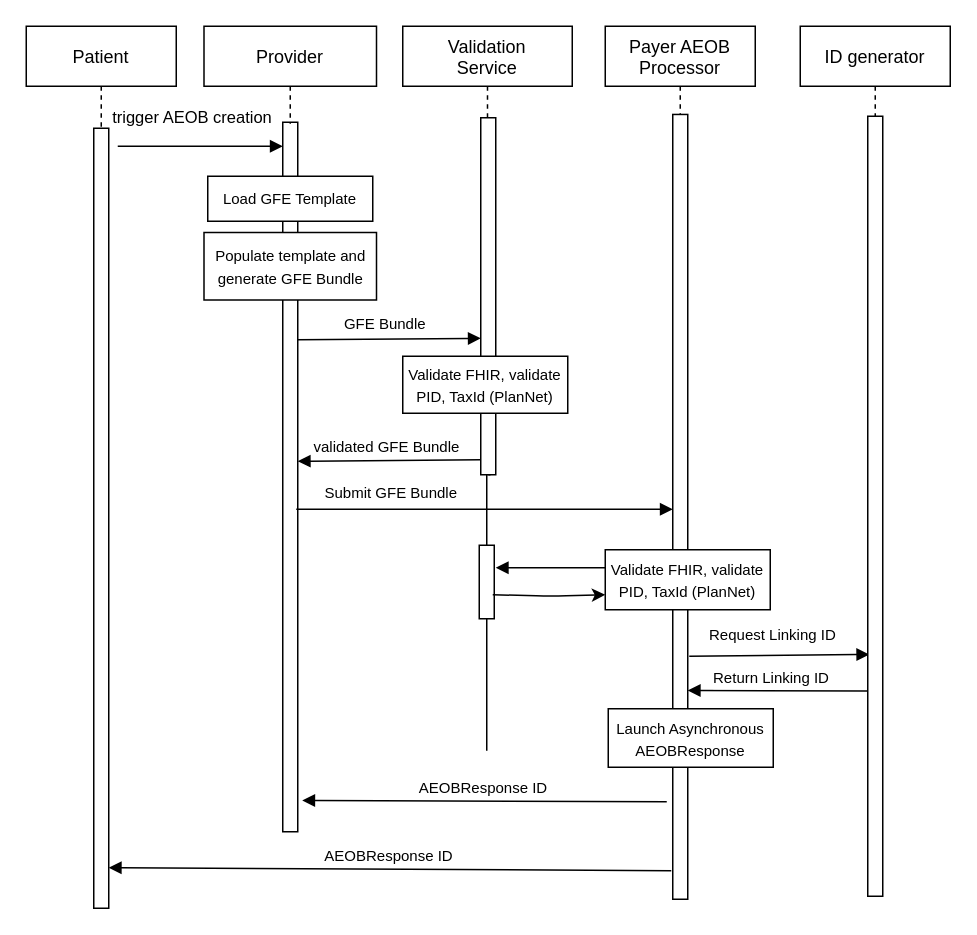
Earlier version of the draw.io diagram input/images/SubmitAEOB.drawio (HL7/davinci-pct). Source tidied: cells renumbered, new cells numbered last; positions are measured from the earlier drawing's top-left corner, leaving out a move shared by most shapes. Both pictures are drawn from the tidied source at 150%, with x=0, y=0 at pixel (26, 26).
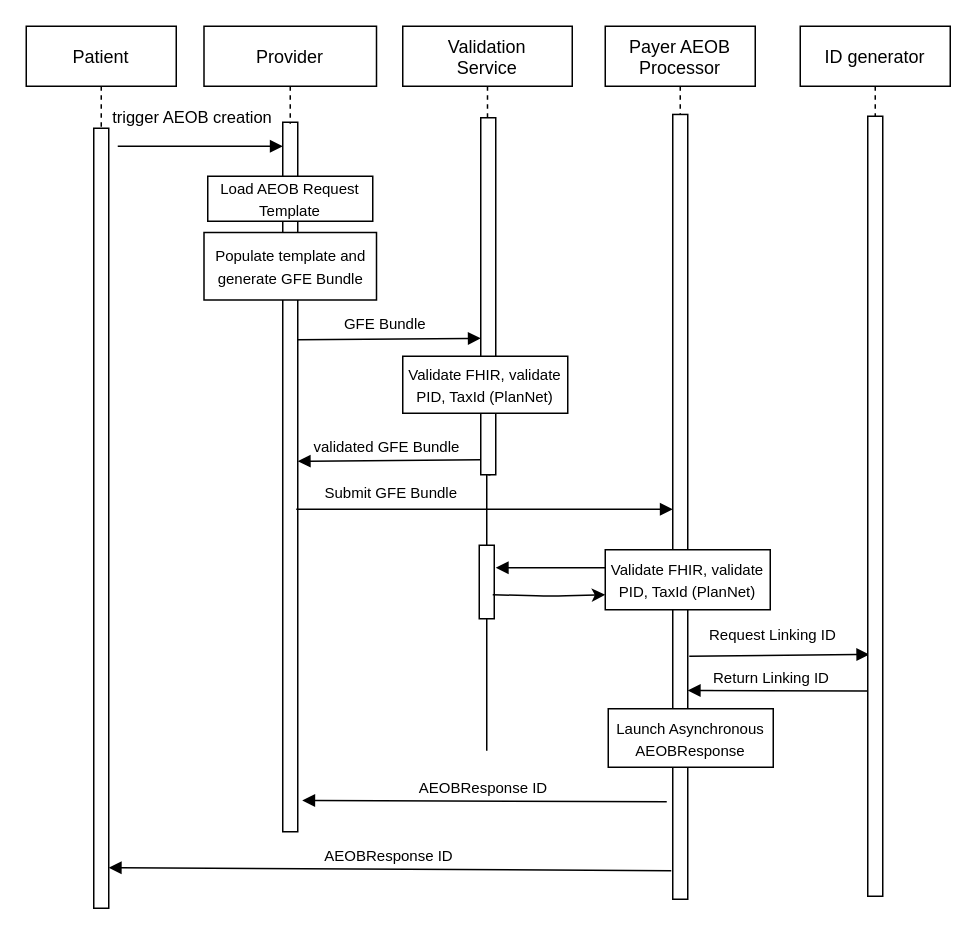
Above is the later version.

The change refers to these unchanged cells:
```xml
<mxCell id="5" value="Provider" style="shape=umlLifeline;perimeter=lifelinePerimeter;rounded=0;shadow=0;strokeWidth=1;" parent="1" vertex="1">
  <mxGeometry x="118.5" width="115" height="65" as="geometry" />
</mxCell>
```

The edit, as a diff of the source:
```diff
@@
-    <mxCell id="6" value="&lt;font style=&quot;font-size: 10px&quot;&gt;Load GFE Template&lt;/font&gt;" style="rounded=0;whiteSpace=wrap;html=1;" parent="5" vertex="1">
+    <mxCell id="6" value="&lt;font style=&quot;font-size: 10px&quot;&gt;Load AEOB Request Template&lt;/font&gt;" style="rounded=0;whiteSpace=wrap;html=1;" parent="5" vertex="1">
       <mxGeometry x="2.5" y="100" width="110" height="30" as="geometry" />
     </mxCell>
```
